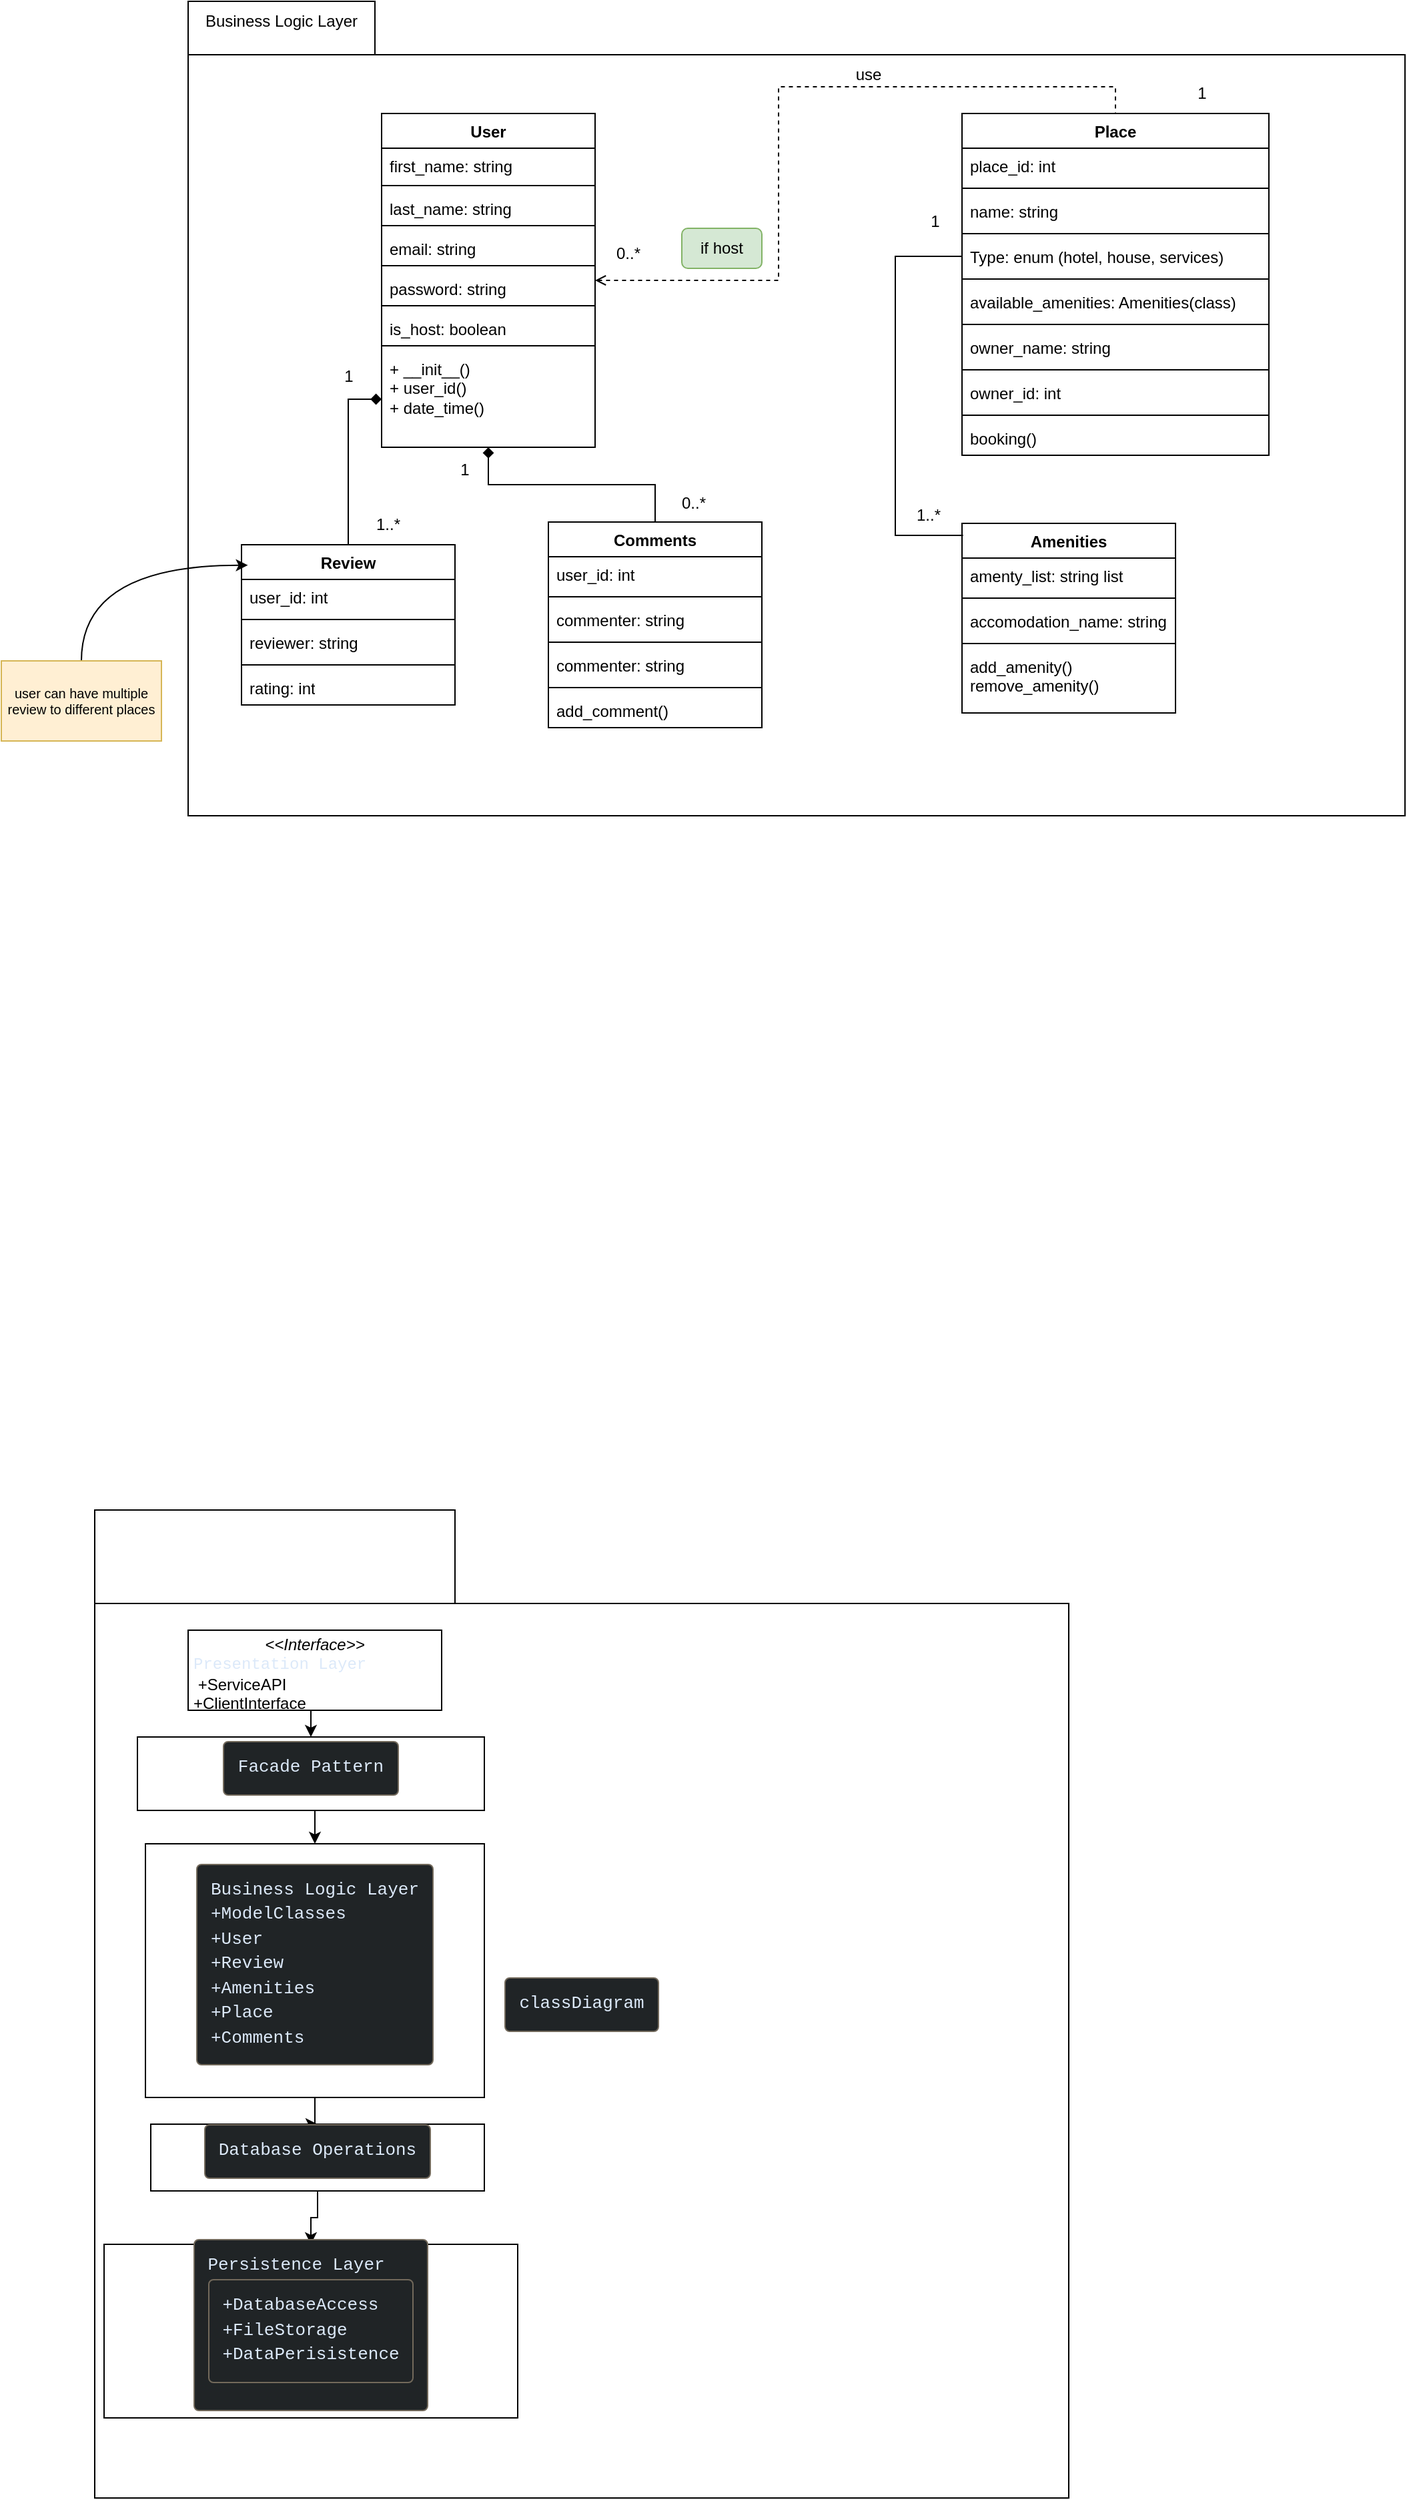
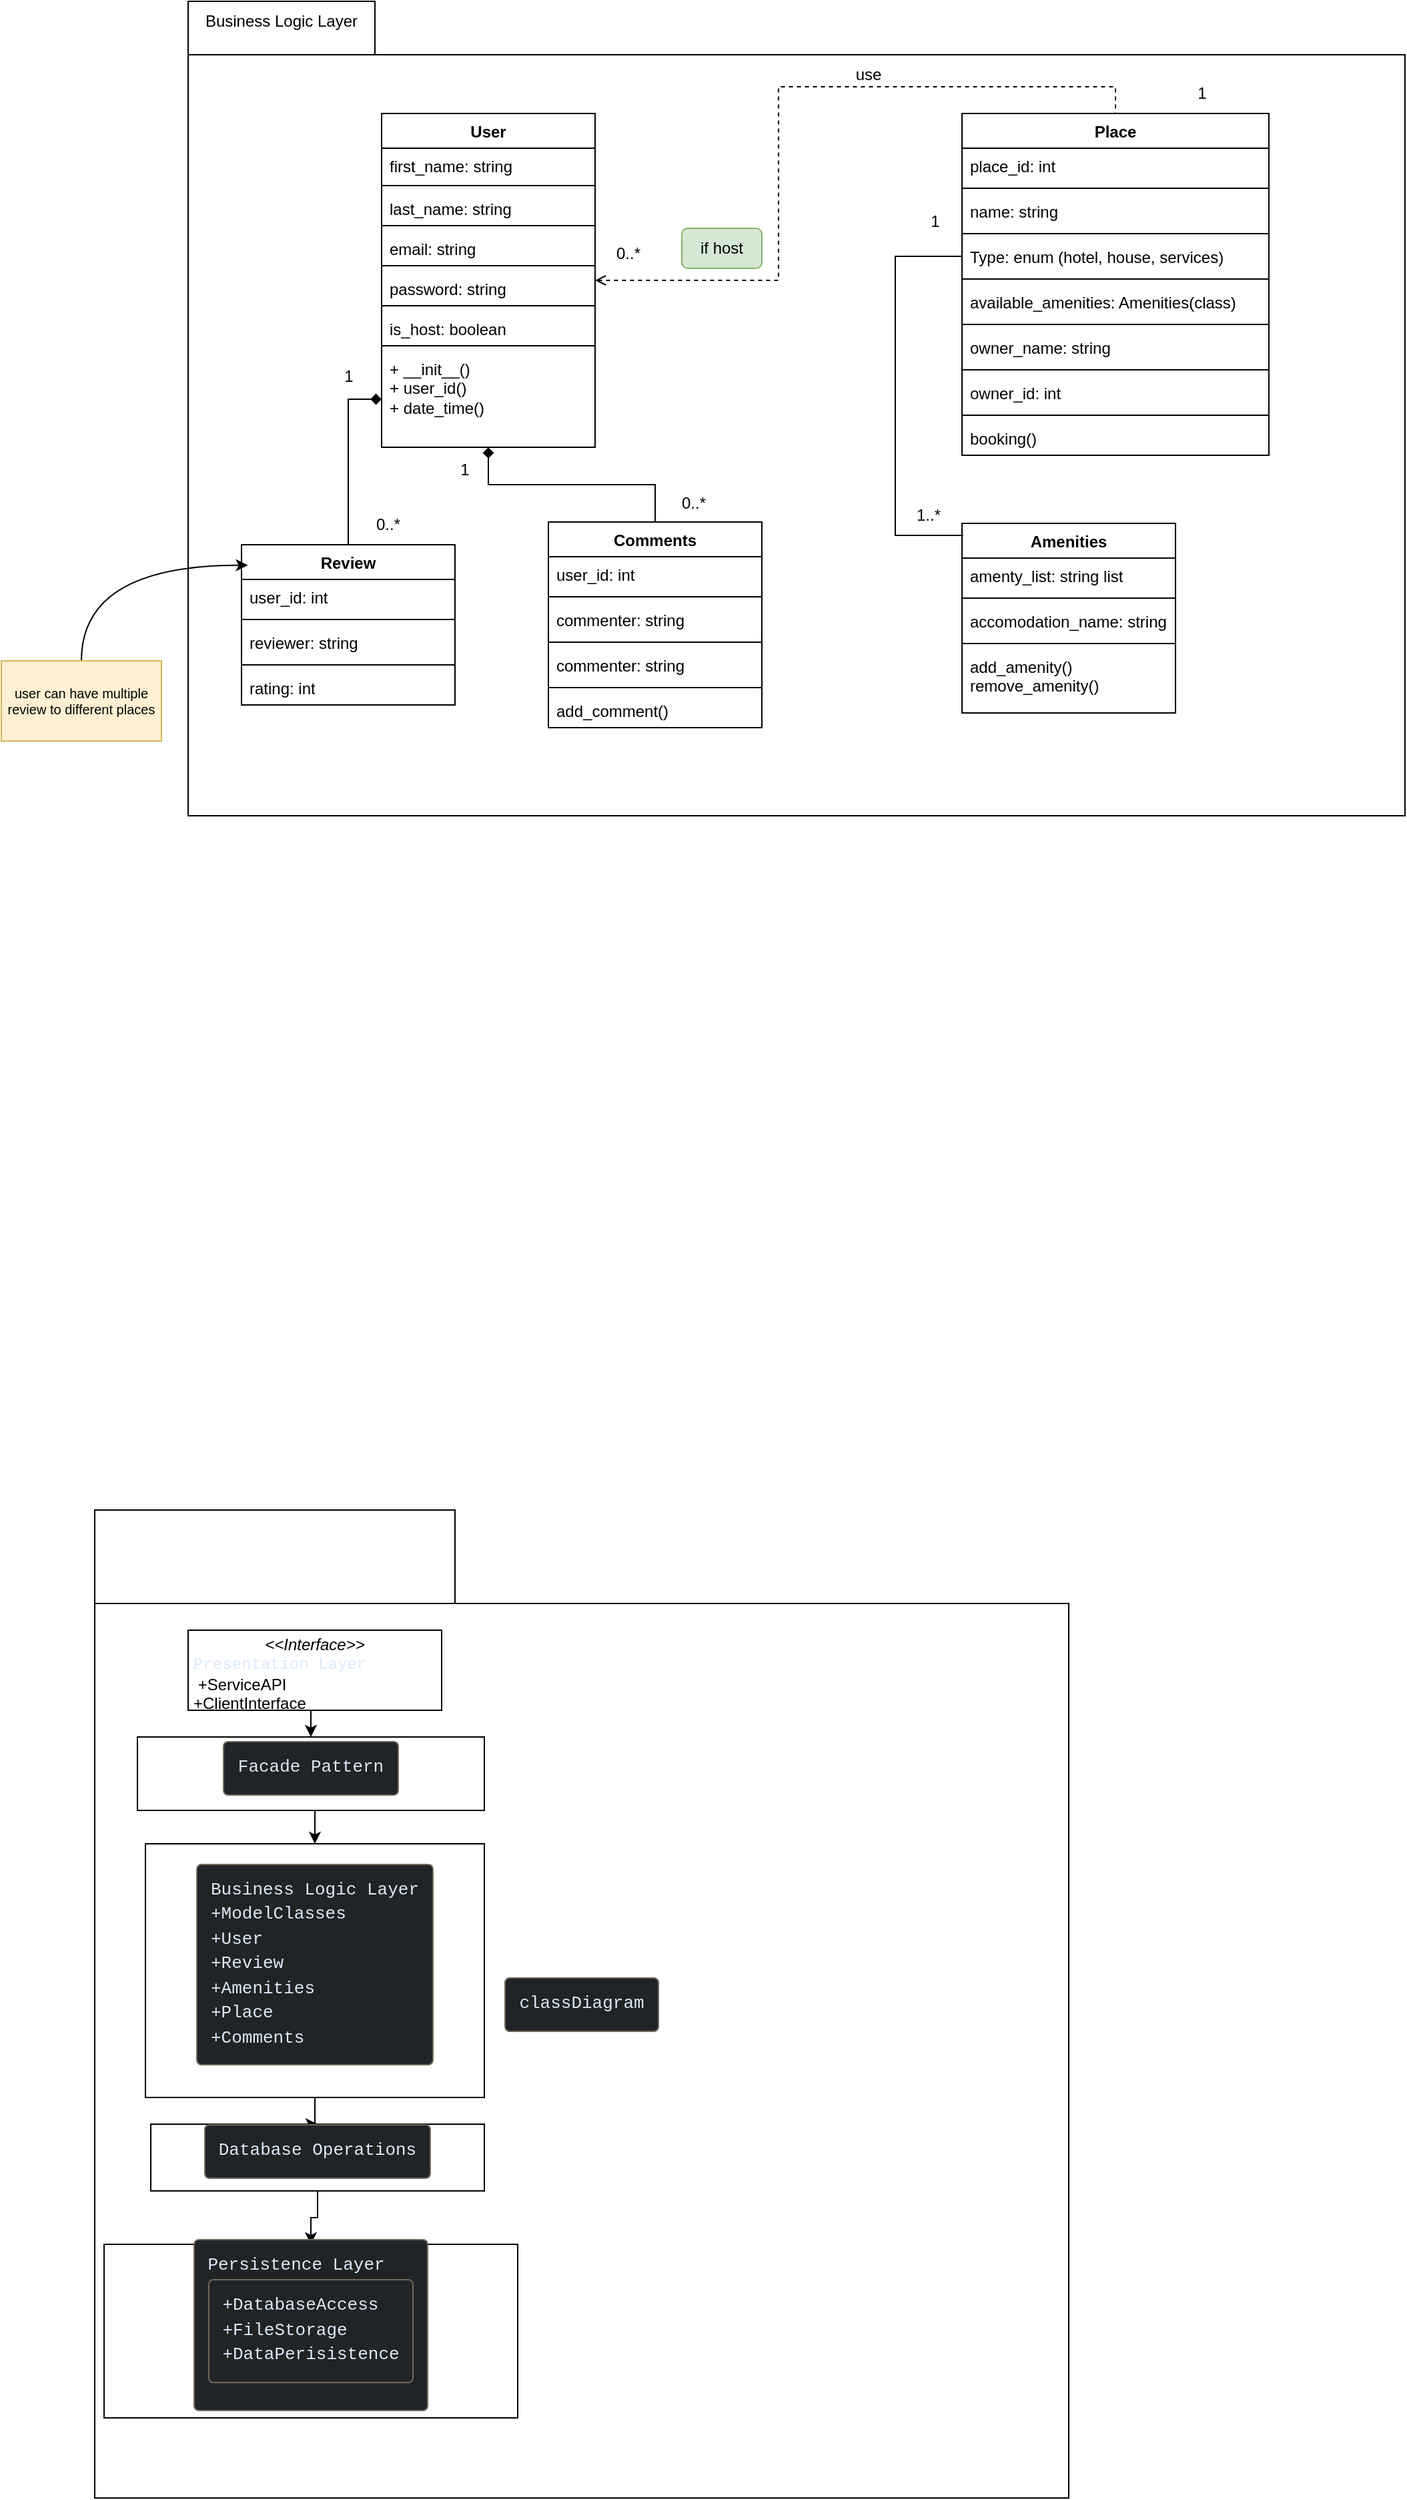
<mxfile host="app.diagrams.net">
  <diagram id="ltbA6WWBp3LRaSq-5ORm" name="Page-1">
    <mxGraphModel dx="1283" dy="1726" grid="1" gridSize="10" guides="1" tooltips="1" connect="1" arrows="1" fold="1" page="1" pageScale="1" pageWidth="850" pageHeight="1100" math="0" shadow="0">
      <root>
        <mxCell id="0" />
        <mxCell id="1" parent="0" />
        <mxCell id="G2LW6t1l3yR2lz-vioTT-1" parent="1" style="shape=folder;fontStyle=1;spacingTop=10;tabWidth=140;tabHeight=40;tabPosition=left;html=1;whiteSpace=wrap;" value="" vertex="1">
          <mxGeometry height="610" width="912" x="180" y="-450" as="geometry" />
        </mxCell>
        <mxCell id="Qc-xl6jv6DDGC1pgQnW8-32" parent="1" style="rounded=1;whiteSpace=wrap;html=1;fillColor=#d5e8d4;strokeColor=#82b366;" value="if host" vertex="1">
          <mxGeometry height="30" width="60" x="550" y="-280" as="geometry" />
        </mxCell>
        <mxCell id="Qc-xl6jv6DDGC1pgQnW8-27" edge="1" parent="1" source="TRXBdDGxTs-NISdQ8IEX-1" style="edgeStyle=orthogonalEdgeStyle;rounded=0;orthogonalLoop=1;jettySize=auto;html=1;endArrow=none;endFill=0;startArrow=diamond;startFill=1;" target="TRXBdDGxTs-NISdQ8IEX-35">
          <mxGeometry relative="1" as="geometry" />
        </mxCell>
        <mxCell id="Qc-xl6jv6DDGC1pgQnW8-29" edge="1" parent="1" source="TRXBdDGxTs-NISdQ8IEX-1" style="edgeStyle=orthogonalEdgeStyle;rounded=0;orthogonalLoop=1;jettySize=auto;html=1;entryX=0.5;entryY=0;entryDx=0;entryDy=0;endArrow=none;endFill=0;dashed=1;startArrow=open;startFill=0;" target="TRXBdDGxTs-NISdQ8IEX-27">
          <mxGeometry relative="1" as="geometry" />
        </mxCell>
        <mxCell id="TRXBdDGxTs-NISdQ8IEX-1" parent="1" style="swimlane;fontStyle=1;align=center;verticalAlign=top;childLayout=stackLayout;horizontal=1;startSize=26;horizontalStack=0;resizeParent=1;resizeParentMax=0;resizeLast=0;collapsible=1;marginBottom=0;whiteSpace=wrap;html=1;" value="User" vertex="1">
          <mxGeometry height="250" width="160" x="325" y="-366" as="geometry" />
        </mxCell>
        <mxCell id="TRXBdDGxTs-NISdQ8IEX-2" parent="TRXBdDGxTs-NISdQ8IEX-1" style="text;strokeColor=none;fillColor=none;align=left;verticalAlign=top;spacingLeft=4;spacingRight=4;overflow=hidden;rotatable=0;points=[[0,0.5],[1,0.5]];portConstraint=eastwest;whiteSpace=wrap;html=1;" value="first_name: string&lt;div&gt;&lt;br&gt;&lt;/div&gt;" vertex="1">
          <mxGeometry height="24" width="160" y="26" as="geometry" />
        </mxCell>
        <mxCell id="TRXBdDGxTs-NISdQ8IEX-3" parent="TRXBdDGxTs-NISdQ8IEX-1" style="line;strokeWidth=1;fillColor=none;align=left;verticalAlign=middle;spacingTop=-1;spacingLeft=3;spacingRight=3;rotatable=0;labelPosition=right;points=[];portConstraint=eastwest;strokeColor=inherit;" value="" vertex="1">
          <mxGeometry height="8" width="160" y="50" as="geometry" />
        </mxCell>
        <mxCell id="TRXBdDGxTs-NISdQ8IEX-4" parent="TRXBdDGxTs-NISdQ8IEX-1" style="text;strokeColor=none;fillColor=none;align=left;verticalAlign=top;spacingLeft=4;spacingRight=4;overflow=hidden;rotatable=0;points=[[0,0.5],[1,0.5]];portConstraint=eastwest;whiteSpace=wrap;html=1;" value="&lt;div&gt;last_name: string&lt;/div&gt;" vertex="1">
          <mxGeometry height="22" width="160" y="58" as="geometry" />
        </mxCell>
        <mxCell id="TRXBdDGxTs-NISdQ8IEX-5" parent="TRXBdDGxTs-NISdQ8IEX-1" style="line;strokeWidth=1;fillColor=none;align=left;verticalAlign=middle;spacingTop=-1;spacingLeft=3;spacingRight=3;rotatable=0;labelPosition=right;points=[];portConstraint=eastwest;strokeColor=inherit;" value="" vertex="1">
          <mxGeometry height="8" width="160" y="80" as="geometry" />
        </mxCell>
        <mxCell id="TRXBdDGxTs-NISdQ8IEX-6" parent="TRXBdDGxTs-NISdQ8IEX-1" style="text;strokeColor=none;fillColor=none;align=left;verticalAlign=top;spacingLeft=4;spacingRight=4;overflow=hidden;rotatable=0;points=[[0,0.5],[1,0.5]];portConstraint=eastwest;whiteSpace=wrap;html=1;" value="&lt;div&gt;email: string&lt;/div&gt;" vertex="1">
          <mxGeometry height="22" width="160" y="88" as="geometry" />
        </mxCell>
        <mxCell id="TRXBdDGxTs-NISdQ8IEX-7" parent="TRXBdDGxTs-NISdQ8IEX-1" style="line;strokeWidth=1;fillColor=none;align=left;verticalAlign=middle;spacingTop=-1;spacingLeft=3;spacingRight=3;rotatable=0;labelPosition=right;points=[];portConstraint=eastwest;strokeColor=inherit;" value="" vertex="1">
          <mxGeometry height="8" width="160" y="110" as="geometry" />
        </mxCell>
        <mxCell id="TRXBdDGxTs-NISdQ8IEX-8" parent="TRXBdDGxTs-NISdQ8IEX-1" style="text;strokeColor=none;fillColor=none;align=left;verticalAlign=top;spacingLeft=4;spacingRight=4;overflow=hidden;rotatable=0;points=[[0,0.5],[1,0.5]];portConstraint=eastwest;whiteSpace=wrap;html=1;" value="&lt;div&gt;password: string&lt;/div&gt;" vertex="1">
          <mxGeometry height="22" width="160" y="118" as="geometry" />
        </mxCell>
        <mxCell id="TRXBdDGxTs-NISdQ8IEX-9" parent="TRXBdDGxTs-NISdQ8IEX-1" style="line;strokeWidth=1;fillColor=none;align=left;verticalAlign=middle;spacingTop=-1;spacingLeft=3;spacingRight=3;rotatable=0;labelPosition=right;points=[];portConstraint=eastwest;strokeColor=inherit;" value="" vertex="1">
          <mxGeometry height="8" width="160" y="140" as="geometry" />
        </mxCell>
        <mxCell id="TRXBdDGxTs-NISdQ8IEX-10" parent="TRXBdDGxTs-NISdQ8IEX-1" style="text;strokeColor=none;fillColor=none;align=left;verticalAlign=top;spacingLeft=4;spacingRight=4;overflow=hidden;rotatable=0;points=[[0,0.5],[1,0.5]];portConstraint=eastwest;whiteSpace=wrap;html=1;" value="&lt;div&gt;is_host: boolean&lt;/div&gt;" vertex="1">
          <mxGeometry height="22" width="160" y="148" as="geometry" />
        </mxCell>
        <mxCell id="TRXBdDGxTs-NISdQ8IEX-11" parent="TRXBdDGxTs-NISdQ8IEX-1" style="line;strokeWidth=1;fillColor=none;align=left;verticalAlign=middle;spacingTop=-1;spacingLeft=3;spacingRight=3;rotatable=0;labelPosition=right;points=[];portConstraint=eastwest;strokeColor=inherit;" value="" vertex="1">
          <mxGeometry height="8" width="160" y="170" as="geometry" />
        </mxCell>
        <mxCell id="TRXBdDGxTs-NISdQ8IEX-12" parent="TRXBdDGxTs-NISdQ8IEX-1" style="text;strokeColor=none;fillColor=none;align=left;verticalAlign=top;spacingLeft=4;spacingRight=4;overflow=hidden;rotatable=0;points=[[0,0.5],[1,0.5]];portConstraint=eastwest;whiteSpace=wrap;html=1;" value="+ __init__()&lt;div&gt;+ user_id()&lt;/div&gt;&lt;div&gt;+ date_time()&lt;/div&gt;" vertex="1">
          <mxGeometry height="72" width="160" y="178" as="geometry" />
        </mxCell>
        <mxCell id="TRXBdDGxTs-NISdQ8IEX-13" parent="1" style="shape=folder;fontStyle=1;spacingTop=10;tabWidth=270;tabHeight=70;tabPosition=left;html=1;whiteSpace=wrap;" value="&lt;pre style=&quot;box-sizing: border-box; overflow: auto; font-family: Menlo, Monaco, Consolas, &amp;quot;Courier New&amp;quot;, monospace; font-size: 13px; margin: 0px 0px 10px; line-height: 1.42857; color: rgb(220, 233, 249); word-break: break-all; overflow-wrap: break-word; border-width: 1px; border-style: solid; border-image: initial; scrollbar-color: rgb(95, 99, 104) rgb(49, 54, 60); font-weight: 400; text-align: start; padding: 10px !important; background-color: rgb(32, 36, 38) !important; border-color: rgb(114, 105, 91) !important; border-radius: 4px !important;&quot;&gt;&lt;code class=&quot;mermaid language-mermaid&quot; style=&quot;box-sizing: border-box; font-family: Menlo, Monaco, Consolas, &amp;quot;Courier New&amp;quot;, monospace; font-size: inherit; padding: 0px; border-radius: 0px; white-space: pre-wrap; scrollbar-color: rgb(95, 99, 104) rgb(49, 54, 60); background-color: transparent !important;&quot;&gt;classDiagram&lt;/code&gt;&lt;/pre&gt;" vertex="1">
          <mxGeometry height="740" width="730" x="110" y="680" as="geometry" />
        </mxCell>
        <mxCell id="TRXBdDGxTs-NISdQ8IEX-14" edge="1" parent="1" source="TRXBdDGxTs-NISdQ8IEX-20" style="edgeStyle=orthogonalEdgeStyle;rounded=0;orthogonalLoop=1;jettySize=auto;html=1;exitX=0.5;exitY=1;exitDx=0;exitDy=0;entryX=0.5;entryY=0;entryDx=0;entryDy=0;" target="TRXBdDGxTs-NISdQ8IEX-17">
          <mxGeometry relative="1" as="geometry" />
        </mxCell>
        <mxCell id="TRXBdDGxTs-NISdQ8IEX-15" parent="1" style="verticalAlign=top;align=left;overflow=fill;html=1;whiteSpace=wrap;" value="&lt;p style=&quot;margin:0px;margin-top:4px;text-align:center;&quot;&gt;&lt;i&gt;&amp;lt;&amp;lt;Interface&amp;gt;&amp;gt;&lt;/i&gt;&lt;br&gt;&lt;/p&gt;&lt;p style=&quot;margin:0px;margin-left:4px;&quot;&gt;&lt;span style=&quot;background-color: transparent; font-family: Menlo, Monaco, Consolas, &amp;quot;Courier New&amp;quot;, monospace; font-size: inherit; white-space: pre-wrap; color: rgb(220, 233, 249); --dm-inline-bgcolor: transparent;&quot; data-dm-inline-bgcolor=&quot;&quot;&gt;Presentation Layer&lt;/span&gt;&lt;/p&gt;&lt;p style=&quot;margin:0px;margin-left:4px;&quot;&gt;&amp;nbsp;+ServiceAPI&lt;br&gt;+ClientInterface&lt;/p&gt;" vertex="1">
          <mxGeometry height="60" width="190" x="180" y="770" as="geometry" />
        </mxCell>
        <mxCell id="TRXBdDGxTs-NISdQ8IEX-16" edge="1" parent="1" source="TRXBdDGxTs-NISdQ8IEX-22" style="edgeStyle=orthogonalEdgeStyle;rounded=0;orthogonalLoop=1;jettySize=auto;html=1;exitX=0.5;exitY=1;exitDx=0;exitDy=0;" target="TRXBdDGxTs-NISdQ8IEX-18">
          <mxGeometry relative="1" as="geometry" />
        </mxCell>
        <mxCell id="TRXBdDGxTs-NISdQ8IEX-17" parent="1" style="html=1;whiteSpace=wrap;" value="&lt;pre style=&quot;box-sizing: border-box; overflow: auto; font-family: Menlo, Monaco, Consolas, &amp;quot;Courier New&amp;quot;, monospace; font-size: 13px; margin: 0px 0px 10px; line-height: 1.42857; color: rgb(220, 233, 249); word-break: break-all; overflow-wrap: break-word; border: 1px solid rgb(114, 105, 91); scrollbar-color: rgb(95, 99, 104) rgb(49, 54, 60); text-align: start; background-color: rgb(32, 36, 38); padding: 10px !important; border-radius: 4px !important;&quot;&gt;&lt;code class=&quot;mermaid language-mermaid&quot; style=&quot;box-sizing: border-box; font-family: Menlo, Monaco, Consolas, &amp;quot;Courier New&amp;quot;, monospace; font-size: inherit; padding: 0px; border-radius: 0px; white-space: pre-wrap; scrollbar-color: rgb(95, 99, 104) rgb(49, 54, 60); background-color: transparent !important; --dm-inline-bgcolor: transparent;&quot; data-dm-inline-bgcolor=&quot;&quot;&gt;Business Logic Layer&lt;br&gt;+&lt;/code&gt;ModelClasses&lt;br&gt;+User&lt;br&gt;+Review&lt;br&gt;+Amenities&lt;br&gt;+Place&lt;br&gt;+Comments&lt;/pre&gt;" vertex="1">
          <mxGeometry height="190" width="254" x="148" y="930" as="geometry" />
        </mxCell>
        <mxCell id="TRXBdDGxTs-NISdQ8IEX-18" parent="1" style="html=1;whiteSpace=wrap;" value="&lt;pre style=&quot;box-sizing: border-box; overflow: auto; font-family: Menlo, Monaco, Consolas, &amp;quot;Courier New&amp;quot;, monospace; font-size: 13px; margin: 0px 0px 10px; line-height: 1.42857; color: rgb(220, 233, 249); word-break: break-all; overflow-wrap: break-word; border: 1px solid rgb(114, 105, 91); scrollbar-color: rgb(95, 99, 104) rgb(49, 54, 60); text-align: start; background-color: rgb(32, 36, 38); padding: 10px !important; border-radius: 4px !important;&quot;&gt;&lt;code class=&quot;mermaid language-mermaid&quot; style=&quot;box-sizing: border-box; font-family: Menlo, Monaco, Consolas, &amp;quot;Courier New&amp;quot;, monospace; font-size: inherit; padding: 0px; border-radius: 0px; white-space: pre-wrap; scrollbar-color: rgb(95, 99, 104) rgb(49, 54, 60); background-color: transparent !important; --dm-inline-bgcolor: transparent;&quot; data-dm-inline-bgcolor=&quot;&quot;&gt;Persistence Layer&lt;br&gt;&lt;pre style=&quot;box-sizing: border-box; overflow: auto; font-family: Menlo, Monaco, Consolas, &amp;quot;Courier New&amp;quot;, monospace; margin: 0px 0px 10px; line-height: 1.42857; color: rgb(220, 233, 249); word-break: break-all; overflow-wrap: break-word; border: 1px solid rgb(114, 105, 91); scrollbar-color: rgb(95, 99, 104) rgb(49, 54, 60); background-color: rgb(32, 36, 38); padding: 10px !important; border-radius: 4px !important;&quot;&gt;&lt;code class=&quot;mermaid language-mermaid&quot; style=&quot;box-sizing: border-box; font-family: Menlo, Monaco, Consolas, &amp;quot;Courier New&amp;quot;, monospace; font-size: inherit; padding: 0px; border-radius: 0px; white-space: pre-wrap; scrollbar-color: rgb(95, 99, 104) rgb(49, 54, 60); background-color: transparent !important; --dm-inline-bgcolor: transparent;&quot; data-dm-inline-bgcolor=&quot;&quot;&gt;+DatabaseAccess&lt;br&gt;+FileStorage&lt;br&gt;+DataPerisistence&lt;/code&gt;&lt;/pre&gt;&lt;/code&gt;&lt;/pre&gt;" vertex="1">
          <mxGeometry height="130" width="310" x="117" y="1230" as="geometry" />
        </mxCell>
        <mxCell id="TRXBdDGxTs-NISdQ8IEX-19" edge="1" parent="1" source="TRXBdDGxTs-NISdQ8IEX-15" style="edgeStyle=orthogonalEdgeStyle;rounded=0;orthogonalLoop=1;jettySize=auto;html=1;exitX=0.5;exitY=1;exitDx=0;exitDy=0;entryX=0.5;entryY=0;entryDx=0;entryDy=0;" target="TRXBdDGxTs-NISdQ8IEX-20" value="">
          <mxGeometry relative="1" as="geometry">
            <mxPoint x="275" y="830" as="sourcePoint" />
            <mxPoint x="275" y="930" as="targetPoint" />
          </mxGeometry>
        </mxCell>
        <mxCell id="TRXBdDGxTs-NISdQ8IEX-20" parent="1" style="html=1;whiteSpace=wrap;" value="&lt;pre style=&quot;box-sizing: border-box; overflow: auto; font-family: Menlo, Monaco, Consolas, &amp;quot;Courier New&amp;quot;, monospace; font-size: 13px; margin: 0px 0px 10px; line-height: 1.42857; color: rgb(220, 233, 249); word-break: break-all; overflow-wrap: break-word; border-width: 1px; border-style: solid; border-image: initial; scrollbar-color: rgb(95, 99, 104) rgb(49, 54, 60); text-align: start; padding: 10px !important; background-color: rgb(32, 36, 38) !important; border-color: rgb(114, 105, 91) !important; border-radius: 4px !important;&quot;&gt;&lt;code class=&quot;mermaid language-mermaid&quot; style=&quot;box-sizing: border-box; font-family: Menlo, Monaco, Consolas, &amp;quot;Courier New&amp;quot;, monospace; font-size: inherit; padding: 0px; border-radius: 0px; white-space: pre-wrap; scrollbar-color: rgb(95, 99, 104) rgb(49, 54, 60); background-color: transparent !important;&quot;&gt;Facade Pattern&lt;/code&gt;&lt;/pre&gt;" vertex="1">
          <mxGeometry height="55" width="260" x="142" y="850" as="geometry" />
        </mxCell>
        <mxCell id="TRXBdDGxTs-NISdQ8IEX-21" edge="1" parent="1" source="TRXBdDGxTs-NISdQ8IEX-17" style="edgeStyle=orthogonalEdgeStyle;rounded=0;orthogonalLoop=1;jettySize=auto;html=1;exitX=0.5;exitY=1;exitDx=0;exitDy=0;" target="TRXBdDGxTs-NISdQ8IEX-22" value="">
          <mxGeometry relative="1" as="geometry">
            <mxPoint x="275" y="1120" as="sourcePoint" />
            <mxPoint x="275" y="1190" as="targetPoint" />
          </mxGeometry>
        </mxCell>
        <mxCell id="TRXBdDGxTs-NISdQ8IEX-22" parent="1" style="html=1;whiteSpace=wrap;" value="&lt;pre style=&quot;box-sizing: border-box; overflow: auto; font-family: Menlo, Monaco, Consolas, &amp;quot;Courier New&amp;quot;, monospace; font-size: 13px; margin: 0px 0px 10px; line-height: 1.42857; color: rgb(220, 233, 249); word-break: break-all; overflow-wrap: break-word; border-width: 1px; border-style: solid; border-image: initial; scrollbar-color: rgb(95, 99, 104) rgb(49, 54, 60); text-align: start; padding: 10px !important; background-color: rgb(32, 36, 38) !important; border-color: rgb(114, 105, 91) !important; border-radius: 4px !important;&quot;&gt;&lt;code class=&quot;mermaid language-mermaid&quot; style=&quot;box-sizing: border-box; font-family: Menlo, Monaco, Consolas, &amp;quot;Courier New&amp;quot;, monospace; font-size: inherit; padding: 0px; border-radius: 0px; white-space: pre-wrap; scrollbar-color: rgb(95, 99, 104) rgb(49, 54, 60); background-color: transparent !important;&quot;&gt;Database Operations&lt;/code&gt;&lt;/pre&gt;" vertex="1">
          <mxGeometry height="50" width="250" x="152" y="1140" as="geometry" />
        </mxCell>
        <mxCell id="TRXBdDGxTs-NISdQ8IEX-23" parent="1" style="swimlane;fontStyle=1;align=center;verticalAlign=top;childLayout=stackLayout;horizontal=1;startSize=26;horizontalStack=0;resizeParent=1;resizeParentMax=0;resizeLast=0;collapsible=1;marginBottom=0;whiteSpace=wrap;html=1;" value="Amenities" vertex="1">
          <mxGeometry height="142" width="160" x="760" y="-59" as="geometry" />
        </mxCell>
        <mxCell id="TRXBdDGxTs-NISdQ8IEX-24" parent="TRXBdDGxTs-NISdQ8IEX-23" style="text;strokeColor=none;fillColor=none;align=left;verticalAlign=top;spacingLeft=4;spacingRight=4;overflow=hidden;rotatable=0;points=[[0,0.5],[1,0.5]];portConstraint=eastwest;whiteSpace=wrap;html=1;" value="amenty_list: string list" vertex="1">
          <mxGeometry height="26" width="160" y="26" as="geometry" />
        </mxCell>
        <mxCell id="TRXBdDGxTs-NISdQ8IEX-25" parent="TRXBdDGxTs-NISdQ8IEX-23" style="line;strokeWidth=1;fillColor=none;align=left;verticalAlign=middle;spacingTop=-1;spacingLeft=3;spacingRight=3;rotatable=0;labelPosition=right;points=[];portConstraint=eastwest;strokeColor=inherit;" value="" vertex="1">
          <mxGeometry height="8" width="160" y="52" as="geometry" />
        </mxCell>
        <mxCell id="Qc-xl6jv6DDGC1pgQnW8-6" parent="TRXBdDGxTs-NISdQ8IEX-23" style="text;strokeColor=none;fillColor=none;align=left;verticalAlign=top;spacingLeft=4;spacingRight=4;overflow=hidden;rotatable=0;points=[[0,0.5],[1,0.5]];portConstraint=eastwest;whiteSpace=wrap;html=1;" value="accomodation_name: string" vertex="1">
          <mxGeometry height="26" width="160" y="60" as="geometry" />
        </mxCell>
        <mxCell id="Qc-xl6jv6DDGC1pgQnW8-13" parent="TRXBdDGxTs-NISdQ8IEX-23" style="line;strokeWidth=1;fillColor=none;align=left;verticalAlign=middle;spacingTop=-1;spacingLeft=3;spacingRight=3;rotatable=0;labelPosition=right;points=[];portConstraint=eastwest;strokeColor=inherit;" value="" vertex="1">
          <mxGeometry height="8" width="160" y="86" as="geometry" />
        </mxCell>
        <mxCell id="TRXBdDGxTs-NISdQ8IEX-26" parent="TRXBdDGxTs-NISdQ8IEX-23" style="text;strokeColor=none;fillColor=none;align=left;verticalAlign=top;spacingLeft=4;spacingRight=4;overflow=hidden;rotatable=0;points=[[0,0.5],[1,0.5]];portConstraint=eastwest;whiteSpace=wrap;html=1;" value="add_amenity()&lt;div&gt;remove_amenity()&lt;/div&gt;" vertex="1">
          <mxGeometry height="48" width="160" y="94" as="geometry" />
        </mxCell>
        <mxCell id="TRXBdDGxTs-NISdQ8IEX-27" parent="1" style="swimlane;fontStyle=1;align=center;verticalAlign=top;childLayout=stackLayout;horizontal=1;startSize=26;horizontalStack=0;resizeParent=1;resizeParentMax=0;resizeLast=0;collapsible=1;marginBottom=0;whiteSpace=wrap;html=1;" value="Place" vertex="1">
          <mxGeometry height="256" width="230" x="760" y="-366" as="geometry" />
        </mxCell>
        <mxCell id="Qc-xl6jv6DDGC1pgQnW8-40" parent="TRXBdDGxTs-NISdQ8IEX-27" style="text;strokeColor=none;fillColor=none;align=left;verticalAlign=top;spacingLeft=4;spacingRight=4;overflow=hidden;rotatable=0;points=[[0,0.5],[1,0.5]];portConstraint=eastwest;whiteSpace=wrap;html=1;" value="place_id: int" vertex="1">
          <mxGeometry height="26" width="230" y="26" as="geometry" />
        </mxCell>
        <mxCell id="Qc-xl6jv6DDGC1pgQnW8-41" parent="TRXBdDGxTs-NISdQ8IEX-27" style="line;strokeWidth=1;fillColor=none;align=left;verticalAlign=middle;spacingTop=-1;spacingLeft=3;spacingRight=3;rotatable=0;labelPosition=right;points=[];portConstraint=eastwest;strokeColor=inherit;" value="" vertex="1">
          <mxGeometry height="8" width="230" y="52" as="geometry" />
        </mxCell>
        <mxCell id="TRXBdDGxTs-NISdQ8IEX-28" parent="TRXBdDGxTs-NISdQ8IEX-27" style="text;strokeColor=none;fillColor=none;align=left;verticalAlign=top;spacingLeft=4;spacingRight=4;overflow=hidden;rotatable=0;points=[[0,0.5],[1,0.5]];portConstraint=eastwest;whiteSpace=wrap;html=1;" value="name: string" vertex="1">
          <mxGeometry height="26" width="230" y="60" as="geometry" />
        </mxCell>
        <mxCell id="TRXBdDGxTs-NISdQ8IEX-29" parent="TRXBdDGxTs-NISdQ8IEX-27" style="line;strokeWidth=1;fillColor=none;align=left;verticalAlign=middle;spacingTop=-1;spacingLeft=3;spacingRight=3;rotatable=0;labelPosition=right;points=[];portConstraint=eastwest;strokeColor=inherit;" value="" vertex="1">
          <mxGeometry height="8" width="230" y="86" as="geometry" />
        </mxCell>
        <mxCell id="TRXBdDGxTs-NISdQ8IEX-30" parent="TRXBdDGxTs-NISdQ8IEX-27" style="text;strokeColor=none;fillColor=none;align=left;verticalAlign=top;spacingLeft=4;spacingRight=4;overflow=hidden;rotatable=0;points=[[0,0.5],[1,0.5]];portConstraint=eastwest;whiteSpace=wrap;html=1;" value="Type: enum (hotel, house, services)" vertex="1">
          <mxGeometry height="26" width="230" y="94" as="geometry" />
        </mxCell>
        <mxCell id="Qc-xl6jv6DDGC1pgQnW8-15" parent="TRXBdDGxTs-NISdQ8IEX-27" style="line;strokeWidth=1;fillColor=none;align=left;verticalAlign=middle;spacingTop=-1;spacingLeft=3;spacingRight=3;rotatable=0;labelPosition=right;points=[];portConstraint=eastwest;strokeColor=inherit;" value="" vertex="1">
          <mxGeometry height="8" width="230" y="120" as="geometry" />
        </mxCell>
        <mxCell id="Qc-xl6jv6DDGC1pgQnW8-26" parent="TRXBdDGxTs-NISdQ8IEX-27" style="text;strokeColor=none;fillColor=none;align=left;verticalAlign=top;spacingLeft=4;spacingRight=4;overflow=hidden;rotatable=0;points=[[0,0.5],[1,0.5]];portConstraint=eastwest;whiteSpace=wrap;html=1;" value="available_amenities: Amenities(class)" vertex="1">
          <mxGeometry height="26" width="230" y="128" as="geometry" />
        </mxCell>
        <mxCell id="Qc-xl6jv6DDGC1pgQnW8-14" parent="TRXBdDGxTs-NISdQ8IEX-27" style="line;strokeWidth=1;fillColor=none;align=left;verticalAlign=middle;spacingTop=-1;spacingLeft=3;spacingRight=3;rotatable=0;labelPosition=right;points=[];portConstraint=eastwest;strokeColor=inherit;" value="" vertex="1">
          <mxGeometry height="8" width="230" y="154" as="geometry" />
        </mxCell>
        <mxCell id="Qc-xl6jv6DDGC1pgQnW8-16" parent="TRXBdDGxTs-NISdQ8IEX-27" style="text;strokeColor=none;fillColor=none;align=left;verticalAlign=top;spacingLeft=4;spacingRight=4;overflow=hidden;rotatable=0;points=[[0,0.5],[1,0.5]];portConstraint=eastwest;whiteSpace=wrap;html=1;" value="owner_name: string" vertex="1">
          <mxGeometry height="26" width="230" y="162" as="geometry" />
        </mxCell>
        <mxCell id="Qc-xl6jv6DDGC1pgQnW8-17" parent="TRXBdDGxTs-NISdQ8IEX-27" style="line;strokeWidth=1;fillColor=none;align=left;verticalAlign=middle;spacingTop=-1;spacingLeft=3;spacingRight=3;rotatable=0;labelPosition=right;points=[];portConstraint=eastwest;strokeColor=inherit;" value="" vertex="1">
          <mxGeometry height="8" width="230" y="188" as="geometry" />
        </mxCell>
        <mxCell id="Qc-xl6jv6DDGC1pgQnW8-12" parent="TRXBdDGxTs-NISdQ8IEX-27" style="text;strokeColor=none;fillColor=none;align=left;verticalAlign=top;spacingLeft=4;spacingRight=4;overflow=hidden;rotatable=0;points=[[0,0.5],[1,0.5]];portConstraint=eastwest;whiteSpace=wrap;html=1;" value="owner_id: int" vertex="1">
          <mxGeometry height="26" width="230" y="196" as="geometry" />
        </mxCell>
        <mxCell id="Qc-xl6jv6DDGC1pgQnW8-20" parent="TRXBdDGxTs-NISdQ8IEX-27" style="line;strokeWidth=1;fillColor=none;align=left;verticalAlign=middle;spacingTop=-1;spacingLeft=3;spacingRight=3;rotatable=0;labelPosition=right;points=[];portConstraint=eastwest;strokeColor=inherit;" value="" vertex="1">
          <mxGeometry height="8" width="230" y="222" as="geometry" />
        </mxCell>
        <mxCell id="Qc-xl6jv6DDGC1pgQnW8-19" parent="TRXBdDGxTs-NISdQ8IEX-27" style="text;strokeColor=none;fillColor=none;align=left;verticalAlign=top;spacingLeft=4;spacingRight=4;overflow=hidden;rotatable=0;points=[[0,0.5],[1,0.5]];portConstraint=eastwest;whiteSpace=wrap;html=1;" value="booking()" vertex="1">
          <mxGeometry height="26" width="230" y="230" as="geometry" />
        </mxCell>
        <mxCell id="TRXBdDGxTs-NISdQ8IEX-35" parent="1" style="swimlane;fontStyle=1;align=center;verticalAlign=top;childLayout=stackLayout;horizontal=1;startSize=26;horizontalStack=0;resizeParent=1;resizeParentMax=0;resizeLast=0;collapsible=1;marginBottom=0;whiteSpace=wrap;html=1;" value="Comments" vertex="1">
          <mxGeometry height="154" width="160" x="450" y="-60" as="geometry" />
        </mxCell>
        <mxCell id="TRXBdDGxTs-NISdQ8IEX-36" parent="TRXBdDGxTs-NISdQ8IEX-35" style="text;strokeColor=none;fillColor=none;align=left;verticalAlign=top;spacingLeft=4;spacingRight=4;overflow=hidden;rotatable=0;points=[[0,0.5],[1,0.5]];portConstraint=eastwest;whiteSpace=wrap;html=1;" value="user_id: int" vertex="1">
          <mxGeometry height="26" width="160" y="26" as="geometry" />
        </mxCell>
        <mxCell id="TRXBdDGxTs-NISdQ8IEX-37" parent="TRXBdDGxTs-NISdQ8IEX-35" style="line;strokeWidth=1;fillColor=none;align=left;verticalAlign=middle;spacingTop=-1;spacingLeft=3;spacingRight=3;rotatable=0;labelPosition=right;points=[];portConstraint=eastwest;strokeColor=inherit;" value="" vertex="1">
          <mxGeometry height="8" width="160" y="52" as="geometry" />
        </mxCell>
        <mxCell id="Qc-xl6jv6DDGC1pgQnW8-36" parent="TRXBdDGxTs-NISdQ8IEX-35" style="text;strokeColor=none;fillColor=none;align=left;verticalAlign=top;spacingLeft=4;spacingRight=4;overflow=hidden;rotatable=0;points=[[0,0.5],[1,0.5]];portConstraint=eastwest;whiteSpace=wrap;html=1;" value="commenter: string" vertex="1">
          <mxGeometry height="26" width="160" y="60" as="geometry" />
        </mxCell>
        <mxCell id="Qc-xl6jv6DDGC1pgQnW8-37" parent="TRXBdDGxTs-NISdQ8IEX-35" style="line;strokeWidth=1;fillColor=none;align=left;verticalAlign=middle;spacingTop=-1;spacingLeft=3;spacingRight=3;rotatable=0;labelPosition=right;points=[];portConstraint=eastwest;strokeColor=inherit;" value="" vertex="1">
          <mxGeometry height="8" width="160" y="86" as="geometry" />
        </mxCell>
        <mxCell id="Qc-xl6jv6DDGC1pgQnW8-22" parent="TRXBdDGxTs-NISdQ8IEX-35" style="text;strokeColor=none;fillColor=none;align=left;verticalAlign=top;spacingLeft=4;spacingRight=4;overflow=hidden;rotatable=0;points=[[0,0.5],[1,0.5]];portConstraint=eastwest;whiteSpace=wrap;html=1;" value="commenter: string" vertex="1">
          <mxGeometry height="26" width="160" y="94" as="geometry" />
        </mxCell>
        <mxCell id="Qc-xl6jv6DDGC1pgQnW8-23" parent="TRXBdDGxTs-NISdQ8IEX-35" style="line;strokeWidth=1;fillColor=none;align=left;verticalAlign=middle;spacingTop=-1;spacingLeft=3;spacingRight=3;rotatable=0;labelPosition=right;points=[];portConstraint=eastwest;strokeColor=inherit;" value="" vertex="1">
          <mxGeometry height="8" width="160" y="120" as="geometry" />
        </mxCell>
        <mxCell id="TRXBdDGxTs-NISdQ8IEX-38" parent="TRXBdDGxTs-NISdQ8IEX-35" style="text;strokeColor=none;fillColor=none;align=left;verticalAlign=top;spacingLeft=4;spacingRight=4;overflow=hidden;rotatable=0;points=[[0,0.5],[1,0.5]];portConstraint=eastwest;whiteSpace=wrap;html=1;" value="add_comment()" vertex="1">
          <mxGeometry height="26" width="160" y="128" as="geometry" />
        </mxCell>
        <mxCell id="Qc-xl6jv6DDGC1pgQnW8-1" parent="1" style="swimlane;fontStyle=1;align=center;verticalAlign=top;childLayout=stackLayout;horizontal=1;startSize=26;horizontalStack=0;resizeParent=1;resizeParentMax=0;resizeLast=0;collapsible=1;marginBottom=0;whiteSpace=wrap;html=1;" value="Review" vertex="1">
          <mxGeometry height="120" width="160" x="220" y="-43" as="geometry" />
        </mxCell>
        <mxCell id="Qc-xl6jv6DDGC1pgQnW8-38" parent="Qc-xl6jv6DDGC1pgQnW8-1" style="text;strokeColor=none;fillColor=none;align=left;verticalAlign=top;spacingLeft=4;spacingRight=4;overflow=hidden;rotatable=0;points=[[0,0.5],[1,0.5]];portConstraint=eastwest;whiteSpace=wrap;html=1;" value="user_id: int" vertex="1">
          <mxGeometry height="26" width="160" y="26" as="geometry" />
        </mxCell>
        <mxCell id="Qc-xl6jv6DDGC1pgQnW8-39" parent="Qc-xl6jv6DDGC1pgQnW8-1" style="line;strokeWidth=1;fillColor=none;align=left;verticalAlign=middle;spacingTop=-1;spacingLeft=3;spacingRight=3;rotatable=0;labelPosition=right;points=[];portConstraint=eastwest;strokeColor=inherit;" value="" vertex="1">
          <mxGeometry height="8" width="160" y="52" as="geometry" />
        </mxCell>
        <mxCell id="Qc-xl6jv6DDGC1pgQnW8-2" parent="Qc-xl6jv6DDGC1pgQnW8-1" style="text;strokeColor=none;fillColor=none;align=left;verticalAlign=top;spacingLeft=4;spacingRight=4;overflow=hidden;rotatable=0;points=[[0,0.5],[1,0.5]];portConstraint=eastwest;whiteSpace=wrap;html=1;" value="reviewer: string" vertex="1">
          <mxGeometry height="26" width="160" y="60" as="geometry" />
        </mxCell>
        <mxCell id="Qc-xl6jv6DDGC1pgQnW8-3" parent="Qc-xl6jv6DDGC1pgQnW8-1" style="line;strokeWidth=1;fillColor=none;align=left;verticalAlign=middle;spacingTop=-1;spacingLeft=3;spacingRight=3;rotatable=0;labelPosition=right;points=[];portConstraint=eastwest;strokeColor=inherit;" value="" vertex="1">
          <mxGeometry height="8" width="160" y="86" as="geometry" />
        </mxCell>
        <mxCell id="Qc-xl6jv6DDGC1pgQnW8-4" parent="Qc-xl6jv6DDGC1pgQnW8-1" style="text;strokeColor=none;fillColor=none;align=left;verticalAlign=top;spacingLeft=4;spacingRight=4;overflow=hidden;rotatable=0;points=[[0,0.5],[1,0.5]];portConstraint=eastwest;whiteSpace=wrap;html=1;" value="rating: int" vertex="1">
          <mxGeometry height="26" width="160" y="94" as="geometry" />
        </mxCell>
        <mxCell id="Qc-xl6jv6DDGC1pgQnW8-24" edge="1" parent="1" source="TRXBdDGxTs-NISdQ8IEX-30" style="edgeStyle=orthogonalEdgeStyle;rounded=0;orthogonalLoop=1;jettySize=auto;html=1;entryX=0.005;entryY=0.07;entryDx=0;entryDy=0;entryPerimeter=0;startArrow=none;startFill=0;endArrow=none;endFill=0;exitX=0;exitY=0.5;exitDx=0;exitDy=0;" target="TRXBdDGxTs-NISdQ8IEX-23">
          <mxGeometry relative="1" as="geometry">
            <Array as="points">
              <mxPoint x="710" y="-259" />
              <mxPoint x="710" y="-50" />
              <mxPoint x="761" y="-50" />
            </Array>
            <mxPoint x="870" y="-250" as="sourcePoint" />
            <mxPoint x="740" y="-70" as="targetPoint" />
          </mxGeometry>
        </mxCell>
        <mxCell id="Qc-xl6jv6DDGC1pgQnW8-28" edge="1" parent="1" source="TRXBdDGxTs-NISdQ8IEX-12" style="edgeStyle=orthogonalEdgeStyle;rounded=0;orthogonalLoop=1;jettySize=auto;html=1;entryX=0.5;entryY=0;entryDx=0;entryDy=0;endArrow=none;endFill=0;startArrow=diamond;startFill=1;" target="Qc-xl6jv6DDGC1pgQnW8-1">
          <mxGeometry relative="1" as="geometry" />
        </mxCell>
        <mxCell id="Qc-xl6jv6DDGC1pgQnW8-33" parent="1" style="text;html=1;whiteSpace=wrap;strokeColor=none;fillColor=none;align=center;verticalAlign=middle;rounded=0;" value="use" vertex="1">
          <mxGeometry height="30" width="60" x="660" y="-410" as="geometry" />
        </mxCell>
        <mxCell id="SmUk0WE4a00IHk_lRsVr-1" parent="1" style="text;html=1;whiteSpace=wrap;strokeColor=none;fillColor=none;align=center;verticalAlign=middle;rounded=0;" value="0..*" vertex="1">
          <mxGeometry height="30" width="60" x="480" y="-276" as="geometry" />
        </mxCell>
        <mxCell id="SmUk0WE4a00IHk_lRsVr-2" parent="1" style="text;html=1;whiteSpace=wrap;strokeColor=none;fillColor=none;align=center;verticalAlign=middle;rounded=0;" value="1" vertex="1">
          <mxGeometry height="30" width="60" x="910" y="-396" as="geometry" />
        </mxCell>
        <mxCell id="oMLWTCMjyaFDdx6GEP5y-1" parent="1" style="text;html=1;whiteSpace=wrap;strokeColor=none;fillColor=none;align=center;verticalAlign=middle;rounded=0;" value="1" vertex="1">
          <mxGeometry height="21" width="35" x="370" y="-110" as="geometry" />
        </mxCell>
        <mxCell id="SmUk0WE4a00IHk_lRsVr-3" parent="1" style="text;html=1;whiteSpace=wrap;strokeColor=none;fillColor=none;align=center;verticalAlign=middle;rounded=0;" value="1" vertex="1">
          <mxGeometry height="30" width="60" x="710" y="-300" as="geometry" />
        </mxCell>
        <mxCell id="oMLWTCMjyaFDdx6GEP5y-2" parent="1" style="text;html=1;whiteSpace=wrap;strokeColor=none;fillColor=none;align=center;verticalAlign=middle;rounded=0;" value="0..*" vertex="1">
          <mxGeometry height="30" width="60" x="529" y="-89" as="geometry" />
        </mxCell>
        <mxCell id="SmUk0WE4a00IHk_lRsVr-4" parent="1" style="text;html=1;whiteSpace=wrap;strokeColor=none;fillColor=none;align=center;verticalAlign=middle;rounded=0;" value="1..*" vertex="1">
          <mxGeometry height="30" width="50" x="710" y="-80" as="geometry" />
        </mxCell>
        <mxCell id="oMLWTCMjyaFDdx6GEP5y-3" parent="1" style="text;html=1;whiteSpace=wrap;strokeColor=none;fillColor=none;align=center;verticalAlign=middle;rounded=0;" value="1" vertex="1">
          <mxGeometry height="21" width="35" x="282.5" y="-180" as="geometry" />
        </mxCell>
-         <mxCell id="oMLWTCMjyaFDdx6GEP5y-4" parent="1" style="text;html=1;whiteSpace=wrap;strokeColor=none;fillColor=none;align=center;verticalAlign=middle;rounded=0;" value="1..*" vertex="1">
+         <mxCell id="oMLWTCMjyaFDdx6GEP5y-4" parent="1" style="text;html=1;whiteSpace=wrap;strokeColor=none;fillColor=none;align=center;verticalAlign=middle;rounded=0;" value="0..*" vertex="1">
          <mxGeometry height="30" width="60" x="300" y="-73" as="geometry" />
        </mxCell>
        <mxCell id="G2LW6t1l3yR2lz-vioTT-3" parent="1" style="text;html=1;whiteSpace=wrap;strokeColor=none;fillColor=none;align=center;verticalAlign=middle;rounded=0;" value="Business Logic Layer" vertex="1">
          <mxGeometry height="30" width="140" x="180" y="-450" as="geometry" />
        </mxCell>
        <mxCell id="edcSE9v4uRvSrk_5zedf-1" edge="1" parent="1" source="edcSE9v4uRvSrk_5zedf-2" style="edgeStyle=orthogonalEdgeStyle;rounded=0;orthogonalLoop=1;jettySize=auto;html=1;entryX=0.03;entryY=0.128;entryDx=0;entryDy=0;curved=1;entryPerimeter=0;exitX=0.5;exitY=0;exitDx=0;exitDy=0;" target="Qc-xl6jv6DDGC1pgQnW8-1">
          <mxGeometry relative="1" as="geometry">
            <mxPoint x="200" y="-10" as="targetPoint" />
          </mxGeometry>
        </mxCell>
        <mxCell id="edcSE9v4uRvSrk_5zedf-2" parent="1" style="rounded=0;whiteSpace=wrap;html=1;fillColor=#FFEFD3;strokeColor=#d6b656;fontSize=10;" value="user can have multiple review to different places" vertex="1">
          <mxGeometry height="60" width="120" x="40" y="44" as="geometry" />
        </mxCell>
      </root>
    </mxGraphModel>
  </diagram>
</mxfile>
